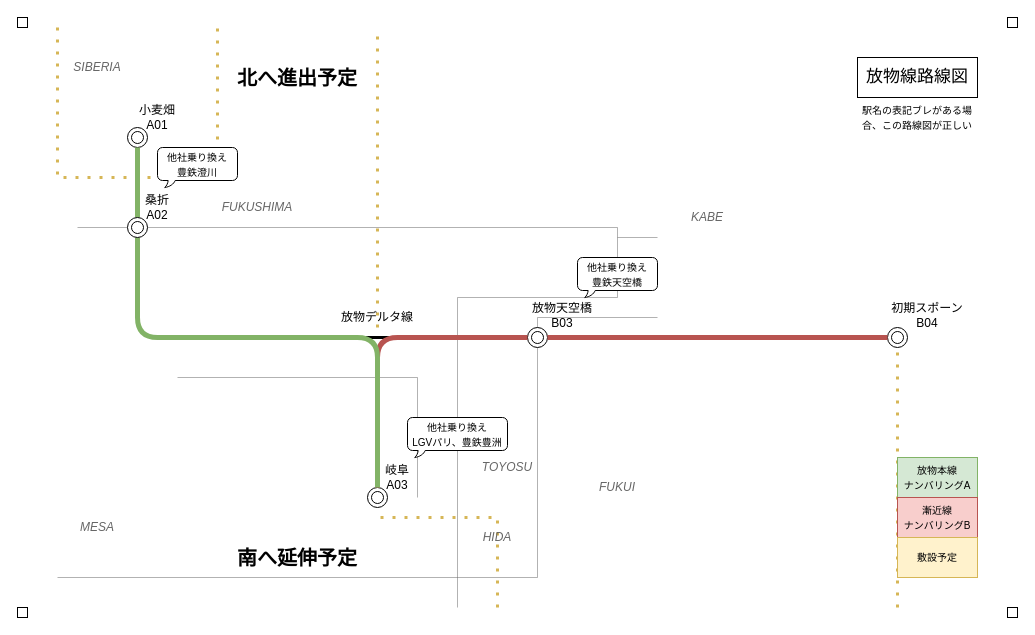
chainsawsteel1/drawio-files keeps this draw.io diagram as page "ページ1" (1 of 4) of バリン鯖放物線.drawio. Above is the earlier version. Source tidied: cells renumbered, new cells numbered last; positions are measured from the earlier drawing's top-left corner, leaving out a move shared by most shapes. Both pictures are drawn from the tidied source at 100%, with x=0, y=0 at pixel (17, 17).
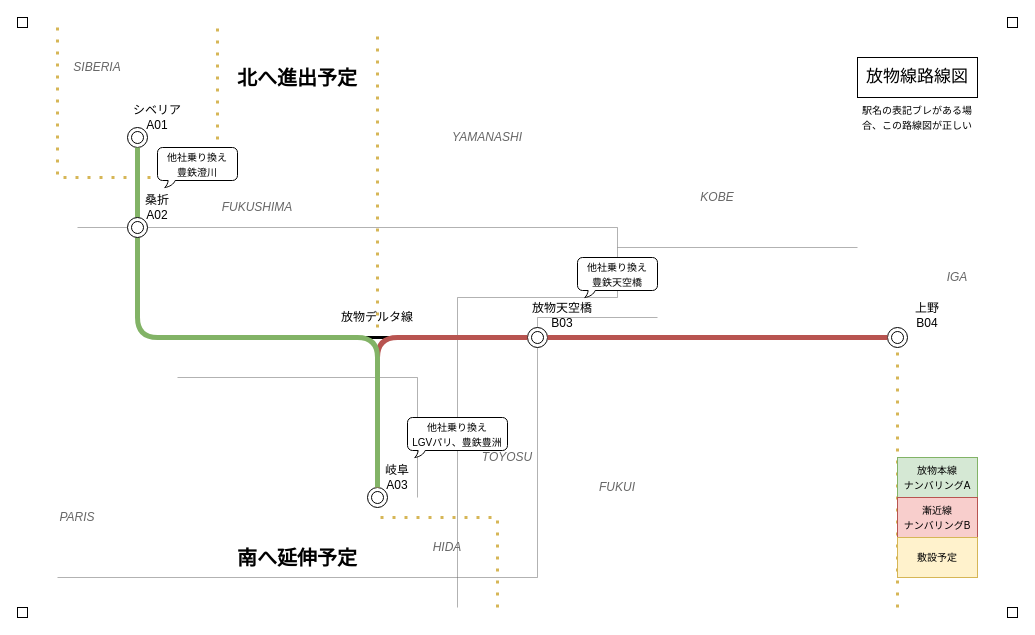
Above is the later version.

Commit message:
バリン鯖放物線.drawio を更新します

What changed in the source:
```diff
@@
-    <mxCell id="11" value="&lt;div&gt;小麦畑&lt;br&gt;&lt;/div&gt;A01" style="text;html=1;align=center;verticalAlign=middle;whiteSpace=wrap;rounded=0;" parent="1" vertex="1">
+    <mxCell id="11" value="&lt;div&gt;シベリア&lt;br&gt;&lt;/div&gt;A01" style="text;html=1;align=center;verticalAlign=middle;whiteSpace=wrap;rounded=0;" parent="1" vertex="1">
       <mxGeometry x="110" y="80" width="60" height="40" as="geometry" />
     </mxCell>
@@
-    <mxCell id="14" value="&lt;div&gt;初期スポーン&lt;br&gt;&lt;/div&gt;B04" style="text;html=1;align=center;verticalAlign=middle;whiteSpace=wrap;rounded=0;" parent="1" vertex="1">
+    <mxCell id="14" value="&lt;div&gt;上野&lt;br&gt;&lt;/div&gt;B04" style="text;html=1;align=center;verticalAlign=middle;whiteSpace=wrap;rounded=0;" parent="1" vertex="1">
       <mxGeometry x="870" y="280" width="80" height="35" as="geometry" />
     </mxCell>
@@
     <mxCell id="38" style="endArrow=none;html=1;strokeWidth=1;rounded=0;fillColor=#f5f5f5;strokeColor=#666666;opacity=50;" parent="1" edge="1">
       <mxGeometry relative="1" as="geometry">
-        <mxPoint x="600" y="220" as="sourcePoint" />
-        <mxPoint x="640" y="220" as="targetPoint" />
+        <mxPoint x="600" y="230" as="sourcePoint" />
+        <mxPoint x="840" y="230" as="targetPoint" />
       </mxGeometry>
     </mxCell>
-    <mxCell id="39" value="&lt;i&gt;&lt;font color=&quot;#666666&quot;&gt;MESA&lt;/font&gt;&lt;/i&gt;" style="text;html=1;align=center;verticalAlign=middle;whiteSpace=wrap;rounded=0;" parent="1" vertex="1">
-      <mxGeometry x="40" y="500" width="80" height="20" as="geometry" />
-    </mxCell>
@@
-    <mxCell id="42" value="&lt;font color=&quot;#666666&quot;&gt;&lt;i&gt;KABE&lt;/i&gt;&lt;/font&gt;" style="text;html=1;align=center;verticalAlign=middle;whiteSpace=wrap;rounded=0;" parent="1" vertex="1">
-      <mxGeometry x="650" y="190" width="80" height="20" as="geometry" />
+    <mxCell id="42" value="&lt;font color=&quot;#666666&quot;&gt;&lt;i&gt;KOBE&lt;/i&gt;&lt;/font&gt;" style="text;html=1;align=center;verticalAlign=middle;whiteSpace=wrap;rounded=0;" parent="1" vertex="1">
+      <mxGeometry x="660" y="170" width="80" height="20" as="geometry" />
     </mxCell>
@@
     <mxCell id="44" value="&lt;font color=&quot;#666666&quot;&gt;&lt;i&gt;HIDA&lt;/i&gt;&lt;/font&gt;" style="text;html=1;align=center;verticalAlign=middle;whiteSpace=wrap;rounded=0;" parent="1" vertex="1">
-      <mxGeometry x="440" y="510" width="80" height="20" as="geometry" />
+      <mxGeometry x="390" y="520" width="80" height="20" as="geometry" />
     </mxCell>
     <mxCell id="45" value="&lt;font color=&quot;#666666&quot;&gt;&lt;i&gt;TOYOSU&lt;/i&gt;&lt;/font&gt;" style="text;html=1;align=center;verticalAlign=middle;whiteSpace=wrap;rounded=0;" parent="1" vertex="1">
-      <mxGeometry x="450" y="440" width="80" height="20" as="geometry" />
+      <mxGeometry x="450" y="430" width="80" height="20" as="geometry" />
     </mxCell>
@@
+    <mxCell id="47" value="&lt;font color=&quot;#666666&quot;&gt;&lt;i&gt;IGA&lt;/i&gt;&lt;/font&gt;" style="text;html=1;align=center;verticalAlign=middle;whiteSpace=wrap;rounded=0;" parent="1" vertex="1">
+      <mxGeometry x="900" y="250" width="80" height="20" as="geometry" />
+    </mxCell>
+    <mxCell id="48" value="&lt;font color=&quot;#666666&quot;&gt;&lt;i&gt;PARIS&lt;br&gt;&lt;/i&gt;&lt;/font&gt;" style="text;html=1;align=center;verticalAlign=middle;whiteSpace=wrap;rounded=0;" parent="1" vertex="1">
+      <mxGeometry x="20" y="490" width="80" height="20" as="geometry" />
+    </mxCell>
+    <mxCell id="49" value="&lt;font color=&quot;#666666&quot;&gt;&lt;i&gt;YAMANASHI&lt;/i&gt;&lt;/font&gt;" style="text;html=1;align=center;verticalAlign=middle;whiteSpace=wrap;rounded=0;" parent="1" vertex="1">
+      <mxGeometry x="430" y="110" width="80" height="20" as="geometry" />
+    </mxCell>
```
